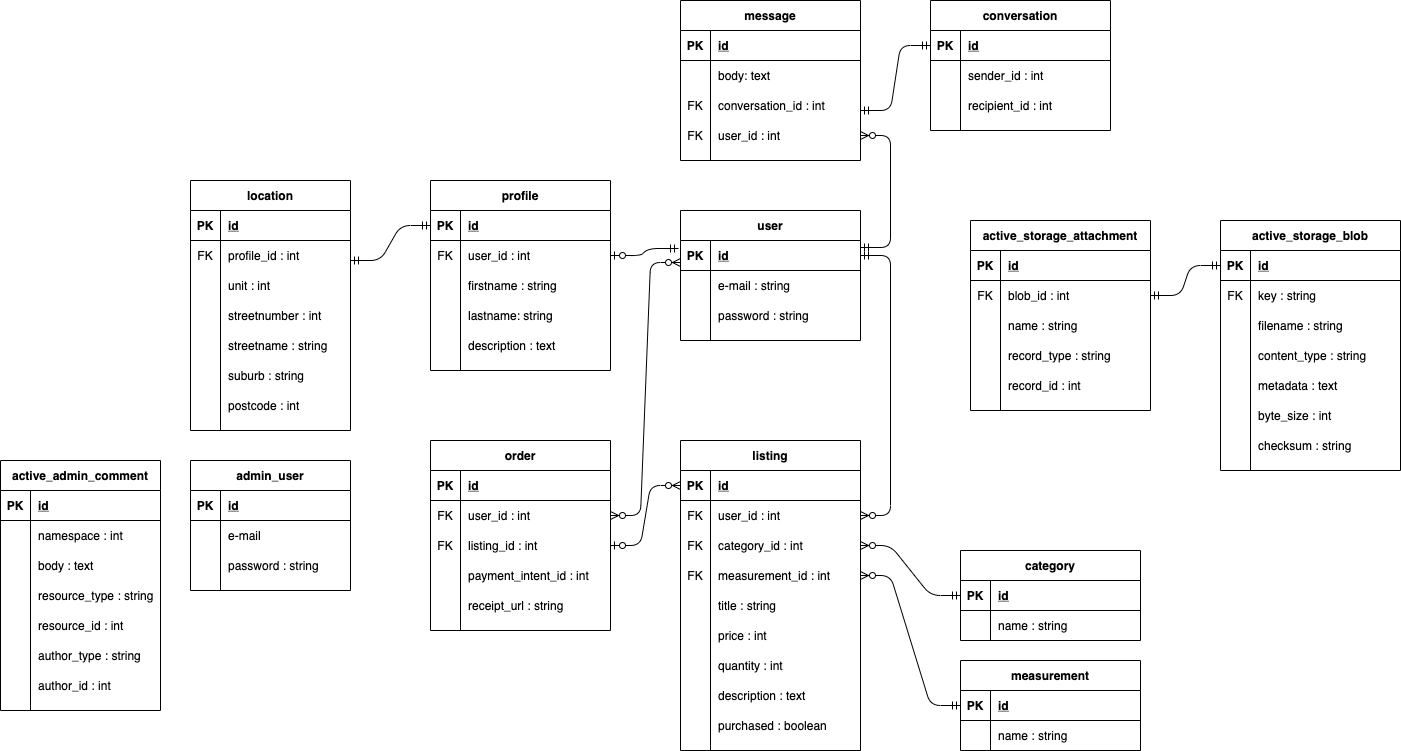
The draw.io diagram docs/erd.png in yrikw/marketplace_app, before a commit. Source tidied: cells renumbered, new cells last; positions are measured from the earlier drawing's top-left corner, leaving out a move shared by most shapes.
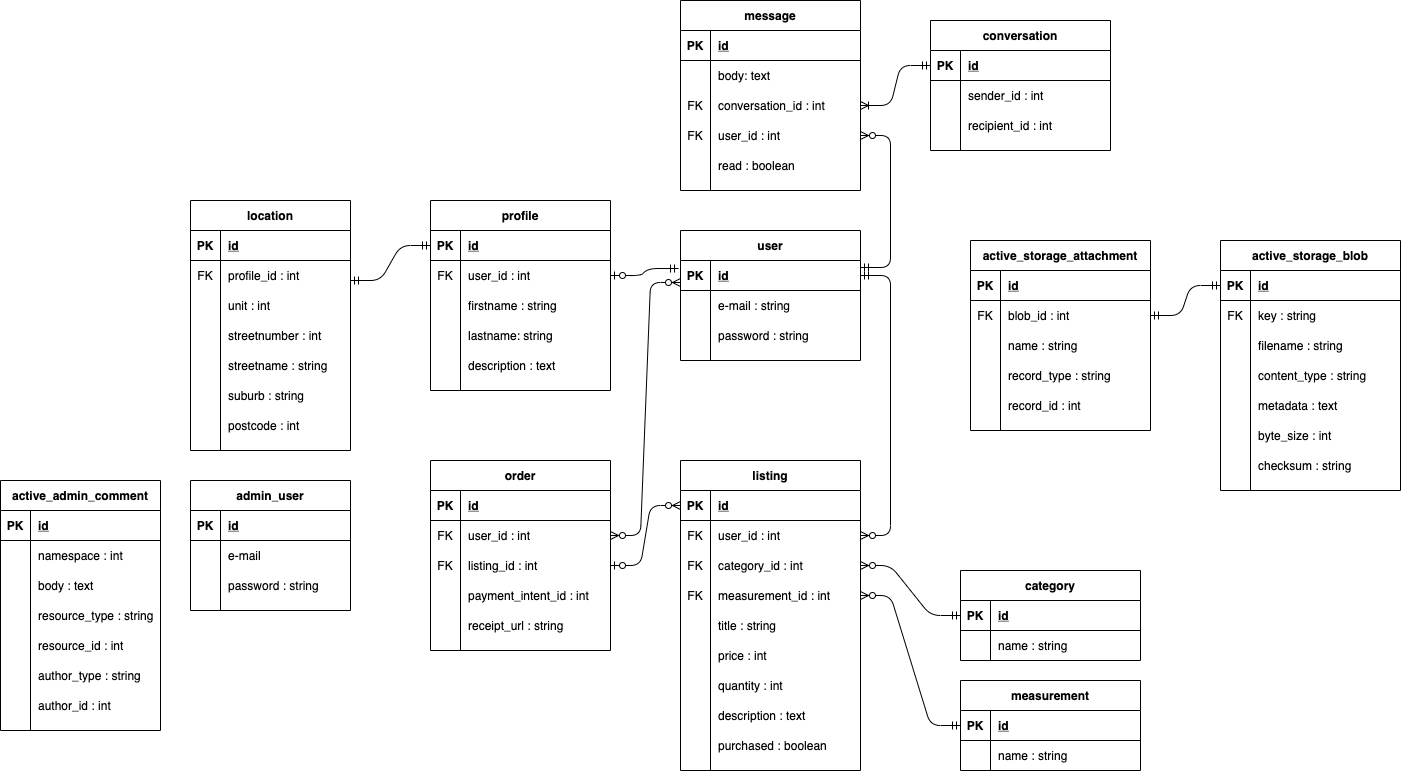
Later version of the same file.

What changed in the source:
```diff
@@ -559,7 +559,7 @@
       <mxGeometry x="30" width="130" height="30" as="geometry" />
     </mxCell>
     <mxCell id="186" value="message" style="shape=table;startSize=30;rowLines=0;fontStyle=1;align=center;" parent="1" vertex="1">
-      <mxGeometry x="680" width="180" height="160" as="geometry" />
+      <mxGeometry x="680" y="-20" width="180" height="190" as="geometry" />
     </mxCell>
     <mxCell id="187" style="shape=partialRectangle;fillColor=none;top=0;left=0;bottom=1;right=0;" parent="186" vertex="1">
       <mxGeometry y="30" width="180" height="30" as="geometry" />
@@ -597,6 +597,15 @@
     <mxCell id="198" value="user_id : int" style="shape=partialRectangle;fillColor=none;top=0;left=0;bottom=0;right=0;align=left;spacingLeft=6;overflow=hidden;" parent="196" vertex="1">
       <mxGeometry x="30" width="150" height="30" as="geometry" />
     </mxCell>
+    <mxCell id="211" style="shape=partialRectangle;fillColor=none;top=0;left=0;bottom=0;right=0;" parent="186" vertex="1">
+      <mxGeometry y="150" width="180" height="30" as="geometry" />
+    </mxCell>
+    <mxCell id="212" style="shape=partialRectangle;fillColor=none;top=0;left=0;bottom=0;right=0;overflow=hidden;" parent="211" vertex="1">
+      <mxGeometry width="30" height="30" as="geometry" />
+    </mxCell>
+    <mxCell id="213" value="read : boolean" style="shape=partialRectangle;fillColor=none;top=0;left=0;bottom=0;right=0;align=left;spacingLeft=6;overflow=hidden;" parent="211" vertex="1">
+      <mxGeometry x="30" width="150" height="30" as="geometry" />
+    </mxCell>
     <mxCell id="199" value="conversation" style="shape=table;startSize=30;rowLines=0;fontStyle=1;align=center;" parent="1" vertex="1">
       <mxGeometry x="930" width="180" height="130" as="geometry" />
     </mxCell>
@@ -630,10 +639,8 @@
     <mxCell id="209" style="edgeStyle=entityRelationEdgeStyle;fontSize=12;html=1;endArrow=ERzeroToMany;startArrow=ERmandOne;exitX=1;exitY=0.233;exitDx=0;exitDy=0;exitPerimeter=0;entryX=1;entryY=0.5;entryDx=0;entryDy=0;" parent="1" edge="1" source="7" target="196">
       <mxGeometry relative="1" as="geometry" />
     </mxCell>
-    <mxCell id="210" style="edgeStyle=entityRelationEdgeStyle;fontSize=12;html=1;endArrow=ERmandOne;startArrow=ERmandOne;entryX=0;entryY=0.5;entryDx=0;entryDy=0;exitX=1;exitY=0.5;exitDx=0;exitDy=0;" parent="1" edge="1" target="200">
-      <mxGeometry relative="1" as="geometry">
-        <mxPoint x="860" y="110" as="sourcePoint" />
-      </mxGeometry>
-    </mxCell>
+    <mxCell id="214" style="edgeStyle=entityRelationEdgeStyle;fontSize=12;html=1;endArrow=ERoneToMany;startArrow=ERmandOne;entryX=1;entryY=0.5;entryDx=0;entryDy=0;exitX=0;exitY=0.5;exitDx=0;exitDy=0;" parent="1" edge="1" source="200" target="193">
+      <mxGeometry relative="1" as="geometry" />
+    </mxCell>
   </root>
 </mxGraphModel>
```
